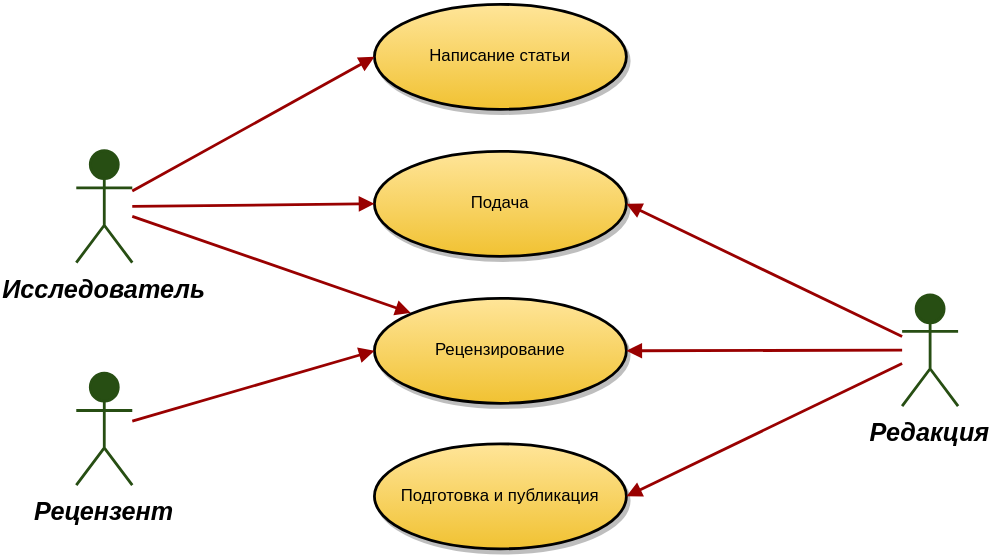
Above: UseCase.svg in h31/SoftwareArchitecture (draw.io), before the change. Source tidied: cells renumbered, new cells last; positions are measured from the earlier drawing's top-left corner, leaving out a move shared by most shapes. Source of this version:
```xml
<mxGraphModel background="#ffffff">
  <root>
    <mxCell id="0" style="html=1;" />
    <mxCell id="1" style="html=1;" parent="0" />
    <mxCell id="2" value="Исследователь" style="shape=umlActor;verticalLabelPosition=bottom;verticalAlign=top;fillColor=#274E13;strokeColor=#274E13;fontStyle=3;fontSize=18;fontFamily=Helvetica;strokeWidth=2;" parent="1" vertex="1">
      <mxGeometry y="105" width="40" height="80" as="geometry" />
    </mxCell>
    <mxCell id="3" value="Рецензент" style="shape=umlActor;verticalLabelPosition=bottom;verticalAlign=top;fillColor=#274E13;strokeColor=#274E13;fontStyle=3;fontSize=18;fontFamily=Helvetica;strokeWidth=2;" parent="1" vertex="1">
      <mxGeometry y="264" width="40" height="80" as="geometry" />
    </mxCell>
    <mxCell id="4" value="Редакция" style="shape=umlActor;verticalLabelPosition=bottom;verticalAlign=top;fillColor=#274E13;strokeColor=#274E13;fontStyle=3;fontSize=18;fontFamily=Helvetica;strokeWidth=2;" parent="1" vertex="1">
      <mxGeometry x="590" y="207.5" width="40" height="80" as="geometry" />
    </mxCell>
    <mxCell id="5" value="Написание статьи" style="shape=mxgraph.flowchart.on-page_reference;fillColor=#FFE599;strokeColor=black;strokeWidth=2;shadow=1;gradientColor=#F1C232;" parent="1" vertex="1">
      <mxGeometry x="213" width="180" height="75" as="geometry" />
    </mxCell>
    <mxCell id="6" value="Подача" style="shape=mxgraph.flowchart.on-page_reference;fillColor=#FFE599;strokeColor=black;strokeWidth=2;shadow=1;gradientColor=#F1C232;" parent="1" vertex="1">
      <mxGeometry x="213" y="105" width="180" height="75" as="geometry" />
    </mxCell>
    <mxCell id="7" value="Рецензирование" style="shape=mxgraph.flowchart.on-page_reference;fillColor=#FFE599;strokeColor=black;strokeWidth=2;shadow=1;gradientColor=#F1C232;" parent="1" vertex="1">
      <mxGeometry x="213" y="210" width="180" height="75" as="geometry" />
    </mxCell>
    <mxCell id="8" value="Подготовка и публикация" style="shape=mxgraph.flowchart.on-page_reference;fillColor=#FFE599;strokeColor=black;strokeWidth=2;shadow=1;gradientColor=#F1C232;" parent="1" vertex="1">
      <mxGeometry x="213" y="314.5" width="180" height="75" as="geometry" />
    </mxCell>
    <mxCell id="9" style="edgeStyle=none;entryX=0;entryY=0.5;entryPerimeter=0;strokeWidth=2;endArrow=block;endFill=1;strokeColor=#990000;html=1;" parent="1" edge="1" source="2" target="5">
      <mxGeometry as="geometry" />
    </mxCell>
    <mxCell id="10" style="edgeStyle=none;entryX=0;entryY=0.5;entryPerimeter=0;strokeWidth=2;endArrow=block;endFill=1;strokeColor=#990000;html=1;" parent="1" edge="1" source="2" target="6">
      <mxGeometry as="geometry" />
    </mxCell>
    <mxCell id="11" style="edgeStyle=none;entryX=0.145;entryY=0.145;entryPerimeter=0;strokeWidth=2;endArrow=block;endFill=1;strokeColor=#990000;html=1;" parent="1" edge="1" source="2" target="7">
      <mxGeometry as="geometry" />
    </mxCell>
    <mxCell id="12" style="edgeStyle=none;entryX=0;entryY=0.5;entryPerimeter=0;strokeWidth=2;endArrow=block;endFill=1;strokeColor=#990000;html=1;" parent="1" edge="1" source="3" target="7">
      <mxGeometry as="geometry" />
    </mxCell>
    <mxCell id="13" style="edgeStyle=none;entryX=1;entryY=0.5;entryPerimeter=0;strokeWidth=2;endArrow=block;endFill=1;strokeColor=#990000;html=1;" parent="1" edge="1" source="4" target="6">
      <mxGeometry x="-293" y="-11" as="geometry" />
    </mxCell>
    <mxCell id="14" style="edgeStyle=none;entryX=1;entryY=0.5;entryPerimeter=0;strokeWidth=2;endArrow=block;endFill=1;strokeColor=#990000;html=1;" parent="1" edge="1" source="4" target="8">
      <mxGeometry x="-293" y="-11" as="geometry" />
    </mxCell>
    <mxCell id="15" style="edgeStyle=none;entryX=1;entryY=0.5;entryPerimeter=0;strokeWidth=2;endArrow=block;endFill=1;strokeColor=#990000;html=1;" parent="1" edge="1" source="4" target="7">
      <mxGeometry x="-293" y="-11" as="geometry" />
    </mxCell>
  </root>
</mxGraphModel>
```
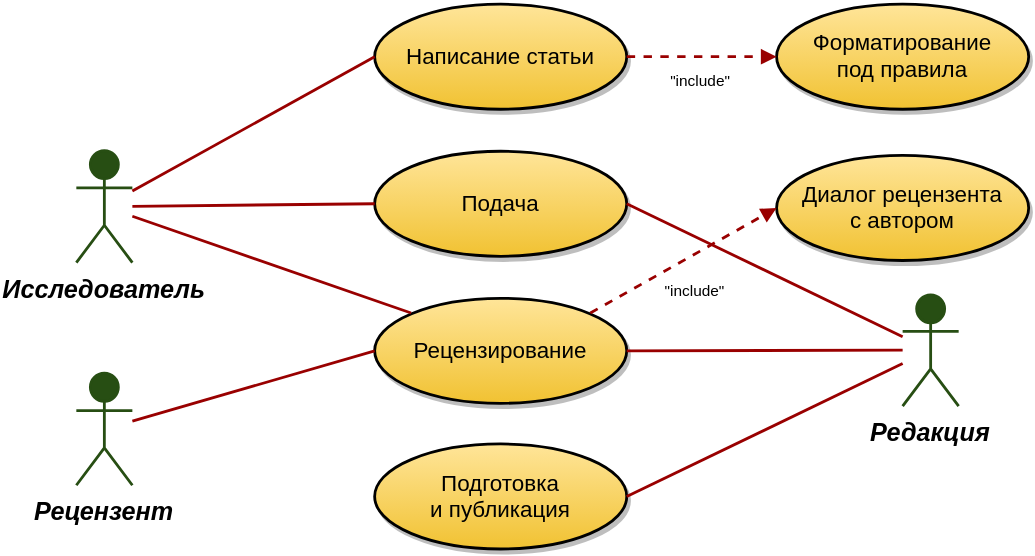
After the commit.

Commit message:
Updated use case diagram

Diff of the diagram source:
```diff
@@ -11,38 +11,54 @@
     <mxCell id="4" value="Редакция" style="shape=umlActor;verticalLabelPosition=bottom;verticalAlign=top;fillColor=#274E13;strokeColor=#274E13;fontStyle=3;fontSize=18;fontFamily=Helvetica;strokeWidth=2;" parent="1" vertex="1">
       <mxGeometry x="590" y="207.5" width="40" height="80" as="geometry" />
     </mxCell>
-    <mxCell id="5" value="Написание статьи" style="shape=mxgraph.flowchart.on-page_reference;fillColor=#FFE599;strokeColor=black;strokeWidth=2;shadow=1;gradientColor=#F1C232;" parent="1" vertex="1">
+    <mxCell id="5" value="Написание статьи" style="shape=mxgraph.flowchart.on-page_reference;fillColor=#FFE599;strokeColor=black;strokeWidth=2;shadow=1;gradientColor=#F1C232;fontSize=16;" parent="1" vertex="1">
       <mxGeometry x="213" width="180" height="75" as="geometry" />
     </mxCell>
-    <mxCell id="6" value="Подача" style="shape=mxgraph.flowchart.on-page_reference;fillColor=#FFE599;strokeColor=black;strokeWidth=2;shadow=1;gradientColor=#F1C232;" parent="1" vertex="1">
+    <mxCell id="6" value="Подача" style="shape=mxgraph.flowchart.on-page_reference;fillColor=#FFE599;strokeColor=black;strokeWidth=2;shadow=1;gradientColor=#F1C232;fontSize=16;" parent="1" vertex="1">
       <mxGeometry x="213" y="105" width="180" height="75" as="geometry" />
     </mxCell>
-    <mxCell id="7" value="Рецензирование" style="shape=mxgraph.flowchart.on-page_reference;fillColor=#FFE599;strokeColor=black;strokeWidth=2;shadow=1;gradientColor=#F1C232;" parent="1" vertex="1">
+    <mxCell id="7" value="Рецензирование" style="shape=mxgraph.flowchart.on-page_reference;fillColor=#FFE599;strokeColor=black;strokeWidth=2;shadow=1;gradientColor=#F1C232;fontSize=16;" parent="1" vertex="1">
       <mxGeometry x="213" y="210" width="180" height="75" as="geometry" />
     </mxCell>
-    <mxCell id="8" value="Подготовка и публикация" style="shape=mxgraph.flowchart.on-page_reference;fillColor=#FFE599;strokeColor=black;strokeWidth=2;shadow=1;gradientColor=#F1C232;" parent="1" vertex="1">
+    <mxCell id="8" value="Подготовка&#10;и публикация" style="shape=mxgraph.flowchart.on-page_reference;fillColor=#FFE599;strokeColor=black;strokeWidth=2;shadow=1;gradientColor=#F1C232;fontSize=16;" parent="1" vertex="1">
       <mxGeometry x="213" y="314.5" width="180" height="75" as="geometry" />
     </mxCell>
-    <mxCell id="9" style="edgeStyle=none;entryX=0;entryY=0.5;entryPerimeter=0;strokeWidth=2;endArrow=block;endFill=1;strokeColor=#990000;html=1;" parent="1" edge="1" source="2" target="5">
+    <mxCell id="9" style="edgeStyle=none;entryX=0;entryY=0.5;entryPerimeter=0;strokeWidth=2;endArrow=none;endFill=0;strokeColor=#990000;html=1;" parent="1" edge="1" source="2" target="5">
       <mxGeometry as="geometry" />
     </mxCell>
-    <mxCell id="10" style="edgeStyle=none;entryX=0;entryY=0.5;entryPerimeter=0;strokeWidth=2;endArrow=block;endFill=1;strokeColor=#990000;html=1;" parent="1" edge="1" source="2" target="6">
+    <mxCell id="10" style="edgeStyle=none;entryX=0;entryY=0.5;entryPerimeter=0;strokeWidth=2;endArrow=none;endFill=0;strokeColor=#990000;html=1;" parent="1" edge="1" source="2" target="6">
       <mxGeometry as="geometry" />
     </mxCell>
-    <mxCell id="11" style="edgeStyle=none;entryX=0.145;entryY=0.145;entryPerimeter=0;strokeWidth=2;endArrow=block;endFill=1;strokeColor=#990000;html=1;" parent="1" edge="1" source="2" target="7">
+    <mxCell id="11" style="edgeStyle=none;entryX=0.145;entryY=0.145;entryPerimeter=0;strokeWidth=2;endArrow=none;endFill=0;strokeColor=#990000;html=1;" parent="1" edge="1" source="2" target="7">
       <mxGeometry as="geometry" />
     </mxCell>
-    <mxCell id="12" style="edgeStyle=none;entryX=0;entryY=0.5;entryPerimeter=0;strokeWidth=2;endArrow=block;endFill=1;strokeColor=#990000;html=1;" parent="1" edge="1" source="3" target="7">
+    <mxCell id="12" style="edgeStyle=none;entryX=0;entryY=0.5;entryPerimeter=0;strokeWidth=2;endArrow=none;endFill=0;strokeColor=#990000;html=1;" parent="1" edge="1" source="3" target="7">
       <mxGeometry as="geometry" />
     </mxCell>
-    <mxCell id="13" style="edgeStyle=none;entryX=1;entryY=0.5;entryPerimeter=0;strokeWidth=2;endArrow=block;endFill=1;strokeColor=#990000;html=1;" parent="1" edge="1" source="4" target="6">
+    <mxCell id="13" style="edgeStyle=none;entryX=1;entryY=0.5;entryPerimeter=0;strokeWidth=2;endArrow=none;endFill=0;strokeColor=#990000;html=1;" parent="1" edge="1" source="4" target="6">
       <mxGeometry x="-293" y="-11" as="geometry" />
     </mxCell>
-    <mxCell id="14" style="edgeStyle=none;entryX=1;entryY=0.5;entryPerimeter=0;strokeWidth=2;endArrow=block;endFill=1;strokeColor=#990000;html=1;" parent="1" edge="1" source="4" target="8">
+    <mxCell id="14" style="edgeStyle=none;entryX=1;entryY=0.5;entryPerimeter=0;strokeWidth=2;endArrow=none;endFill=0;strokeColor=#990000;html=1;" parent="1" edge="1" source="4" target="8">
       <mxGeometry x="-293" y="-11" as="geometry" />
     </mxCell>
-    <mxCell id="15" style="edgeStyle=none;entryX=1;entryY=0.5;entryPerimeter=0;strokeWidth=2;endArrow=block;endFill=1;strokeColor=#990000;html=1;" parent="1" edge="1" source="4" target="7">
+    <mxCell id="15" style="edgeStyle=none;entryX=1;entryY=0.5;entryPerimeter=0;strokeWidth=2;endArrow=none;endFill=0;strokeColor=#990000;html=1;" parent="1" edge="1" source="4" target="7">
       <mxGeometry x="-293" y="-11" as="geometry" />
     </mxCell>
+    <mxCell id="16" value="Форматирование&#10;под правила" style="shape=mxgraph.flowchart.on-page_reference;fillColor=#FFE599;strokeColor=black;strokeWidth=2;shadow=1;gradientColor=#F1C232;fontSize=16;" parent="1" vertex="1">
+      <mxGeometry x="500" width="180" height="75" as="geometry" />
+    </mxCell>
+    <mxCell id="17" value="&quot;include&quot;" style="edgeStyle=none;strokeWidth=2;endArrow=block;endFill=1;strokeColor=#990000;html=1;exitX=1;exitY=0.5;exitPerimeter=0;entryX=0;entryY=0.5;entryPerimeter=0;dashed=1;" parent="1" edge="1" source="5" target="16">
+      <mxGeometry as="geometry">
+        <mxPoint x="-2" y="16" as="offset" />
+      </mxGeometry>
+    </mxCell>
+    <mxCell id="18" value="Диалог рецензента&#10;с автором" style="shape=mxgraph.flowchart.on-page_reference;fillColor=#FFE599;strokeColor=black;strokeWidth=2;shadow=1;gradientColor=#F1C232;fontSize=16;" parent="1" vertex="1">
+      <mxGeometry x="500" y="108" width="180" height="75" as="geometry" />
+    </mxCell>
+    <mxCell id="19" value="&quot;include&quot;" style="edgeStyle=none;strokeWidth=2;endArrow=block;endFill=1;strokeColor=#990000;html=1;exitX=0.855;exitY=0.145;exitPerimeter=0;entryX=0;entryY=0.5;entryPerimeter=0;dashed=1;" parent="1" edge="1" source="7" target="18">
+      <mxGeometry as="geometry">
+        <mxPoint x="7" y="21" as="offset" />
+      </mxGeometry>
+    </mxCell>
   </root>
 </mxGraphModel>
```
